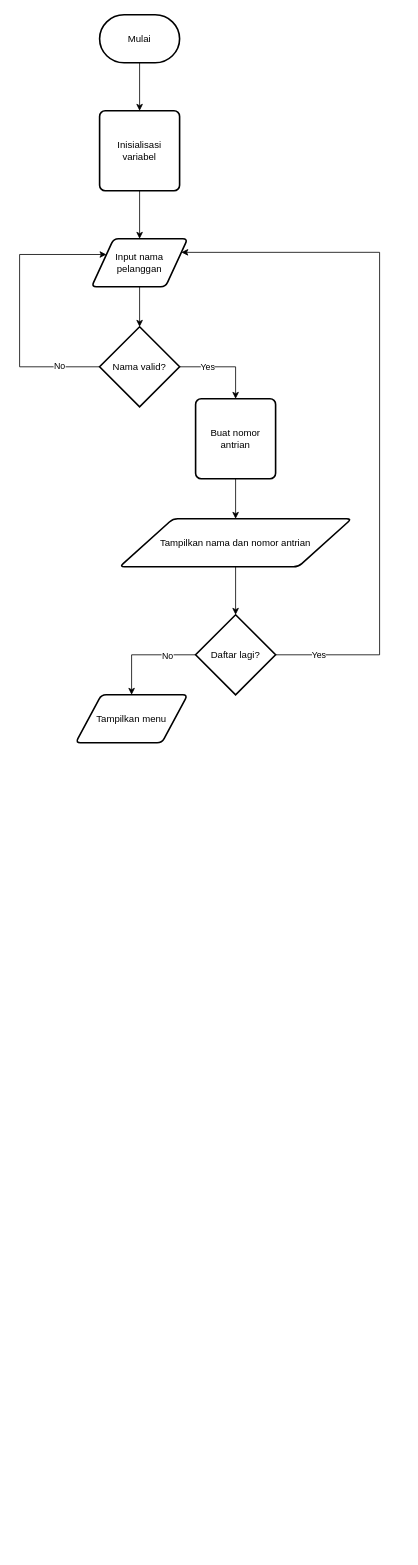
Earlier version of the draw.io diagram Flowchart/Flowchart.drawio (Iwakk225/mini-project-uts-kelompok-10). Source tidied: cells renumbered, new cells numbered last; positions are measured from the earlier drawing's top-left corner, leaving out a move shared by most shapes. Both pictures are drawn from the tidied source at 80%, with x=0, y=0 at pixel (19, 14).
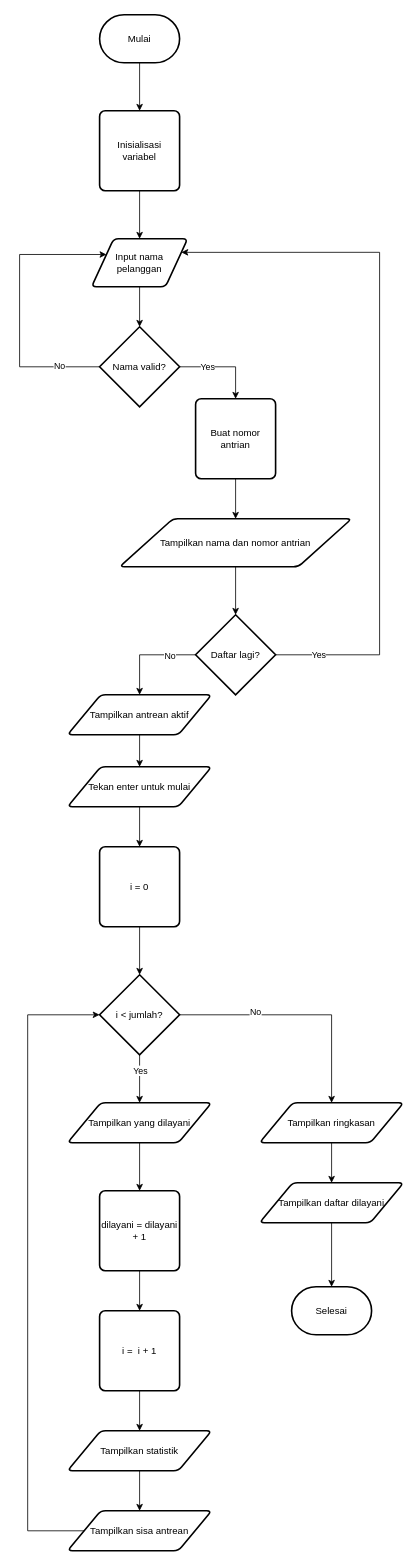
The same page after the edit.

Commit message (it also covers changes not shown here):
Code done + Flowchart + ppt 80%

The edit, as a diff of the source:
```diff
@@
+    <mxCell id="23" style="edgeStyle=orthogonalEdgeStyle;rounded=0;jettySize=auto;html=1;" parent="1" edge="1" source="22" target="25">
+      <mxGeometry relative="1" as="geometry" />
+    </mxCell>
-    <mxCell id="22" value="Tampilkan menu" style="shape=parallelogram;html=1;strokeWidth=2;perimeter=parallelogramPerimeter;whiteSpace=wrap;rounded=1;arcSize=12;size=0.23;" parent="1" vertex="1">
-      <mxGeometry x="70" y="850" width="140" height="60" as="geometry" />
+    <mxCell id="22" value="Tampilkan antrean aktif" style="shape=parallelogram;html=1;strokeWidth=2;perimeter=parallelogramPerimeter;whiteSpace=wrap;rounded=1;arcSize=12;size=0.23;" parent="1" vertex="1">
+      <mxGeometry x="60" y="850" width="180" height="50" as="geometry" />
     </mxCell>
+    <mxCell id="24" style="edgeStyle=orthogonalEdgeStyle;rounded=0;jettySize=auto;html=1;" parent="1" edge="1" source="25" target="27">
+      <mxGeometry relative="1" as="geometry" />
+    </mxCell>
+    <mxCell id="25" value="Tekan enter untuk mulai" style="shape=parallelogram;html=1;strokeWidth=2;perimeter=parallelogramPerimeter;whiteSpace=wrap;rounded=1;arcSize=12;size=0.23;" parent="1" vertex="1">
+      <mxGeometry x="60" y="940" width="180" height="50" as="geometry" />
+    </mxCell>
+    <mxCell id="26" style="edgeStyle=orthogonalEdgeStyle;rounded=0;jettySize=auto;html=1;" parent="1" edge="1" source="27" target="32">
+      <mxGeometry relative="1" as="geometry" />
+    </mxCell>
+    <mxCell id="27" value="i = 0" style="rounded=1;whiteSpace=wrap;html=1;absoluteArcSize=1;arcSize=14;strokeWidth=2;" parent="1" vertex="1">
+      <mxGeometry x="100" y="1040" width="100" height="100" as="geometry" />
+    </mxCell>
+    <mxCell id="28" style="edgeStyle=orthogonalEdgeStyle;rounded=0;jettySize=auto;html=1;exitX=0.5;exitY=1;exitDx=0;exitDy=0;exitPerimeter=0;entryX=0.5;entryY=0;entryDx=0;entryDy=0;" parent="1" edge="1" source="32" target="34">
+      <mxGeometry relative="1" as="geometry" />
+    </mxCell>
+    <mxCell id="29" value="Yes" style="edgeLabel;html=1;align=center;verticalAlign=middle;" parent="28" vertex="1">
+      <mxGeometry x="-0.38" relative="1" as="geometry" />
+    </mxCell>
+    <mxCell id="30" style="edgeStyle=orthogonalEdgeStyle;rounded=0;jettySize=auto;html=1;exitX=1;exitY=0.5;exitDx=0;exitDy=0;exitPerimeter=0;" parent="1" edge="1" source="32" target="44">
+      <mxGeometry relative="1" as="geometry" />
+    </mxCell>
+    <mxCell id="31" value="No" style="edgeLabel;html=1;align=center;verticalAlign=middle;" parent="30" vertex="1">
+      <mxGeometry x="-0.38" y="4" relative="1" as="geometry">
+        <mxPoint x="1" as="offset" />
+      </mxGeometry>
+    </mxCell>
+    <mxCell id="32" value="i &amp;lt; jumlah?" style="strokeWidth=2;html=1;shape=mxgraph.flowchart.decision;whiteSpace=wrap;" parent="1" vertex="1">
+      <mxGeometry x="100" y="1200" width="100" height="100" as="geometry" />
+    </mxCell>
+    <mxCell id="33" style="edgeStyle=orthogonalEdgeStyle;rounded=0;jettySize=auto;html=1;" parent="1" edge="1" source="34" target="36">
+      <mxGeometry relative="1" as="geometry" />
+    </mxCell>
+    <mxCell id="34" value="Tampilkan yang dilayani" style="shape=parallelogram;html=1;strokeWidth=2;perimeter=parallelogramPerimeter;whiteSpace=wrap;rounded=1;arcSize=12;size=0.23;" parent="1" vertex="1">
+      <mxGeometry x="60" y="1360" width="180" height="50" as="geometry" />
+    </mxCell>
+    <mxCell id="35" style="edgeStyle=orthogonalEdgeStyle;rounded=0;jettySize=auto;html=1;" parent="1" edge="1" source="36" target="38">
+      <mxGeometry relative="1" as="geometry" />
+    </mxCell>
+    <mxCell id="36" value="dilayani = dilayani + 1" style="rounded=1;whiteSpace=wrap;html=1;absoluteArcSize=1;arcSize=14;strokeWidth=2;" parent="1" vertex="1">
+      <mxGeometry x="100" y="1470" width="100" height="100" as="geometry" />
+    </mxCell>
+    <mxCell id="37" style="edgeStyle=orthogonalEdgeStyle;rounded=0;jettySize=auto;html=1;" parent="1" edge="1" source="38" target="40">
+      <mxGeometry relative="1" as="geometry" />
+    </mxCell>
+    <mxCell id="38" value="i =&amp;nbsp; i + 1" style="rounded=1;whiteSpace=wrap;html=1;absoluteArcSize=1;arcSize=14;strokeWidth=2;" parent="1" vertex="1">
+      <mxGeometry x="100" y="1620" width="100" height="100" as="geometry" />
+    </mxCell>
+    <mxCell id="39" style="edgeStyle=orthogonalEdgeStyle;rounded=0;jettySize=auto;html=1;" parent="1" edge="1" source="40" target="41">
+      <mxGeometry relative="1" as="geometry" />
+    </mxCell>
+    <mxCell id="40" value="Tampilkan statistik" style="shape=parallelogram;html=1;strokeWidth=2;perimeter=parallelogramPerimeter;whiteSpace=wrap;rounded=1;arcSize=12;size=0.23;" parent="1" vertex="1">
+      <mxGeometry x="60" y="1770" width="180" height="50" as="geometry" />
+    </mxCell>
+    <mxCell id="41" value="Tampilkan sisa antrean" style="shape=parallelogram;html=1;strokeWidth=2;perimeter=parallelogramPerimeter;whiteSpace=wrap;rounded=1;arcSize=12;size=0.23;" parent="1" vertex="1">
+      <mxGeometry x="60" y="1870" width="180" height="50" as="geometry" />
+    </mxCell>
+    <mxCell id="42" style="edgeStyle=orthogonalEdgeStyle;rounded=0;jettySize=auto;html=1;exitX=0;exitY=0.5;exitDx=0;exitDy=0;entryX=0;entryY=0.5;entryDx=0;entryDy=0;entryPerimeter=0;" parent="1" edge="1" source="41" target="32">
+      <mxGeometry relative="1" as="geometry">
+        <Array as="points">
+          <mxPoint x="10.1" y="1895" />
+          <mxPoint x="10.1" y="1250.1" />
+        </Array>
+      </mxGeometry>
+    </mxCell>
+    <mxCell id="43" style="edgeStyle=orthogonalEdgeStyle;rounded=0;jettySize=auto;html=1;" parent="1" edge="1" source="44" target="46">
+      <mxGeometry relative="1" as="geometry" />
+    </mxCell>
+    <mxCell id="44" value="Tampilkan ringkasan" style="shape=parallelogram;html=1;strokeWidth=2;perimeter=parallelogramPerimeter;whiteSpace=wrap;rounded=1;arcSize=12;size=0.23;" parent="1" vertex="1">
+      <mxGeometry x="300" y="1360" width="180" height="50" as="geometry" />
+    </mxCell>
+    <mxCell id="45" style="edgeStyle=orthogonalEdgeStyle;rounded=0;jettySize=auto;html=1;" parent="1" edge="1" source="46" target="47">
+      <mxGeometry relative="1" as="geometry" />
+    </mxCell>
+    <mxCell id="46" value="Tampilkan daftar dilayani" style="shape=parallelogram;html=1;strokeWidth=2;perimeter=parallelogramPerimeter;whiteSpace=wrap;rounded=1;arcSize=12;size=0.23;" parent="1" vertex="1">
+      <mxGeometry x="300" y="1460" width="180" height="50" as="geometry" />
+    </mxCell>
+    <mxCell id="47" value="Selesai" style="strokeWidth=2;html=1;shape=mxgraph.flowchart.terminator;whiteSpace=wrap;" parent="1" vertex="1">
+      <mxGeometry x="340" y="1590" width="100" height="60" as="geometry" />
+    </mxCell>
```
